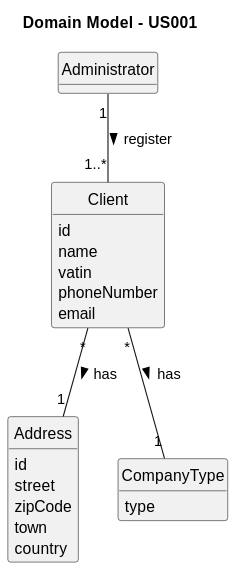
Before: documentation/user-stories/us001/02.analysis/svg/us001-domain-model.svg, a diagram exported from PlantUML (daniel41silva05/Production_Control_Industrial_ISEP). The source it was exported from:
```plantuml
@startuml
skinparam monochrome true
skinparam packageStyle rectangle
skinparam shadowing false

skinparam classAttributeIconSize 0

hide circle
hide methods

title Domain Model - US001

class Administrator {
}

class Client {
    id
    name
    vatin
    phoneNumber
    email
}

class Address {
    id
    street
    zipCode
    town
    country
}

enum CompanyType {
    type
}

Administrator "1" -- "1..*" Client : register >
Client "*" -- "1" Address : has >
Client "*" -- "1" CompanyType : has >
@enduml
```
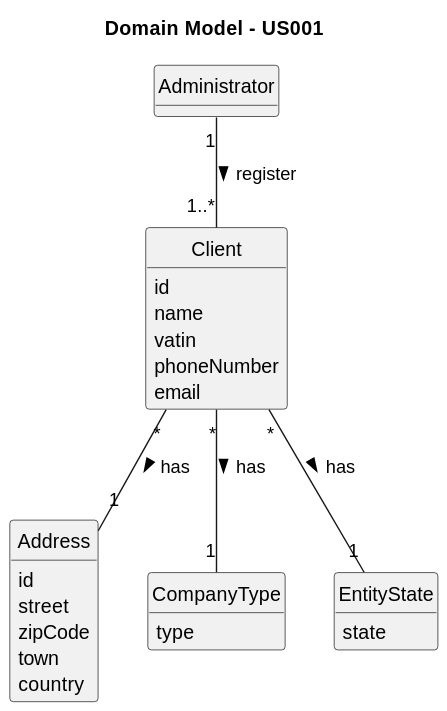
After the commit.

The edit, as a diff of the source:
```diff
@@ -33,7 +33,12 @@
     type
 }
 
+enum EntityState {
+    state
+}
+
 Administrator "1" -- "1..*" Client : register >
 Client "*" -- "1" Address : has >
 Client "*" -- "1" CompanyType : has >
+Client "*" -- "1" EntityState : has >
 @enduml
```
